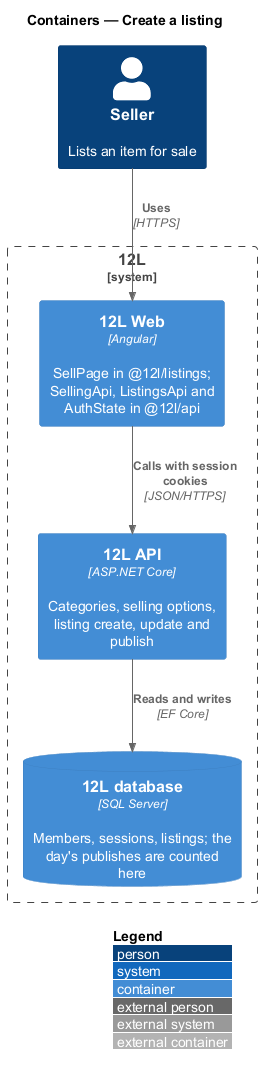
QuinntyneBrown/tutumuch keeps this PlantUML diagram as docs/detailed-designs/listings/create-listing/diagrams/c4-container.png. Above is the earlier version. The source it was exported from:
```plantuml
@startuml
!include <C4/C4_Container>
LAYOUT_WITH_LEGEND()
title Containers — Create a listing

Person(seller, "Seller", "Lists an item for sale")
System_Boundary(twelvel, "12L") {
  Container(web, "12L Web", "Angular", "SellPage in @12l/listings; SellingApi, ListingsApi and AuthState in @12l/api")
  Container(api, "12L API", "ASP.NET Core", "Categories, selling options, listing create, update and publish")
  ContainerDb(db, "12L database", "SQL Server", "Members, sessions, listings; the day's publishes are counted here")
}
Rel(seller, web, "Uses", "HTTPS")
Rel(web, api, "Calls with session cookies", "JSON/HTTPS")
Rel(api, db, "Reads and writes", "EF Core")
@enduml
```
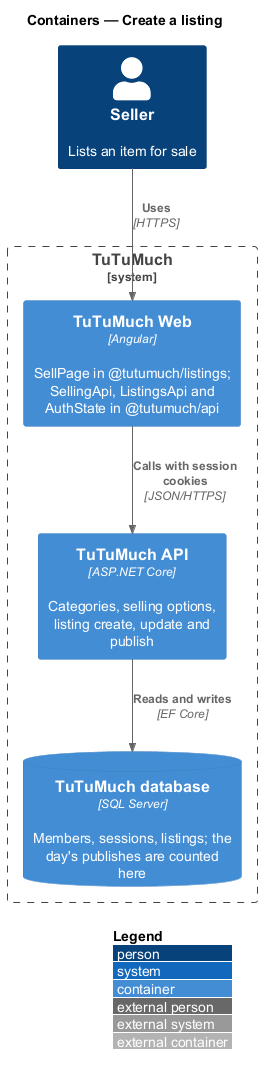
Later version of the same file.

What changed in the source:
```diff
@@ -4,10 +4,10 @@
 title Containers — Create a listing
 
 Person(seller, "Seller", "Lists an item for sale")
-System_Boundary(twelvel, "12L") {
-  Container(web, "12L Web", "Angular", "SellPage in @12l/listings; SellingApi, ListingsApi and AuthState in @12l/api")
-  Container(api, "12L API", "ASP.NET Core", "Categories, selling options, listing create, update and publish")
-  ContainerDb(db, "12L database", "SQL Server", "Members, sessions, listings; the day's publishes are counted here")
+System_Boundary(tutumuch, "TuTuMuch") {
+  Container(web, "TuTuMuch Web", "Angular", "SellPage in @tutumuch/listings; SellingApi, ListingsApi and AuthState in @tutumuch/api")
+  Container(api, "TuTuMuch API", "ASP.NET Core", "Categories, selling options, listing create, update and publish")
+  ContainerDb(db, "TuTuMuch database", "SQL Server", "Members, sessions, listings; the day's publishes are counted here")
 }
 Rel(seller, web, "Uses", "HTTPS")
 Rel(web, api, "Calls with session cookies", "JSON/HTTPS")
```
